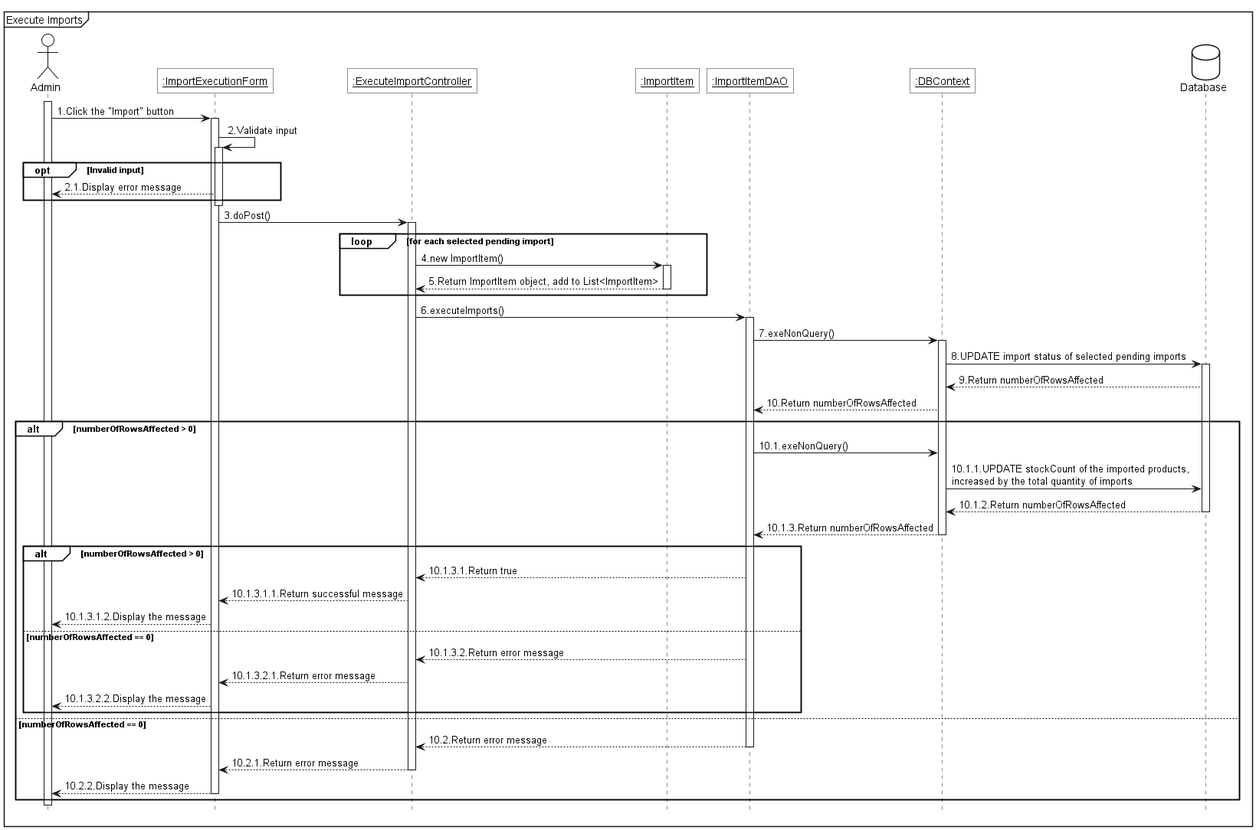
This is diagram/sequence/product/out/management/mane-import/mane_import_pro/mane_import_pro.png from tienminhthanh/ProjectSWP391, a PlantUML export, as it was before one commit.
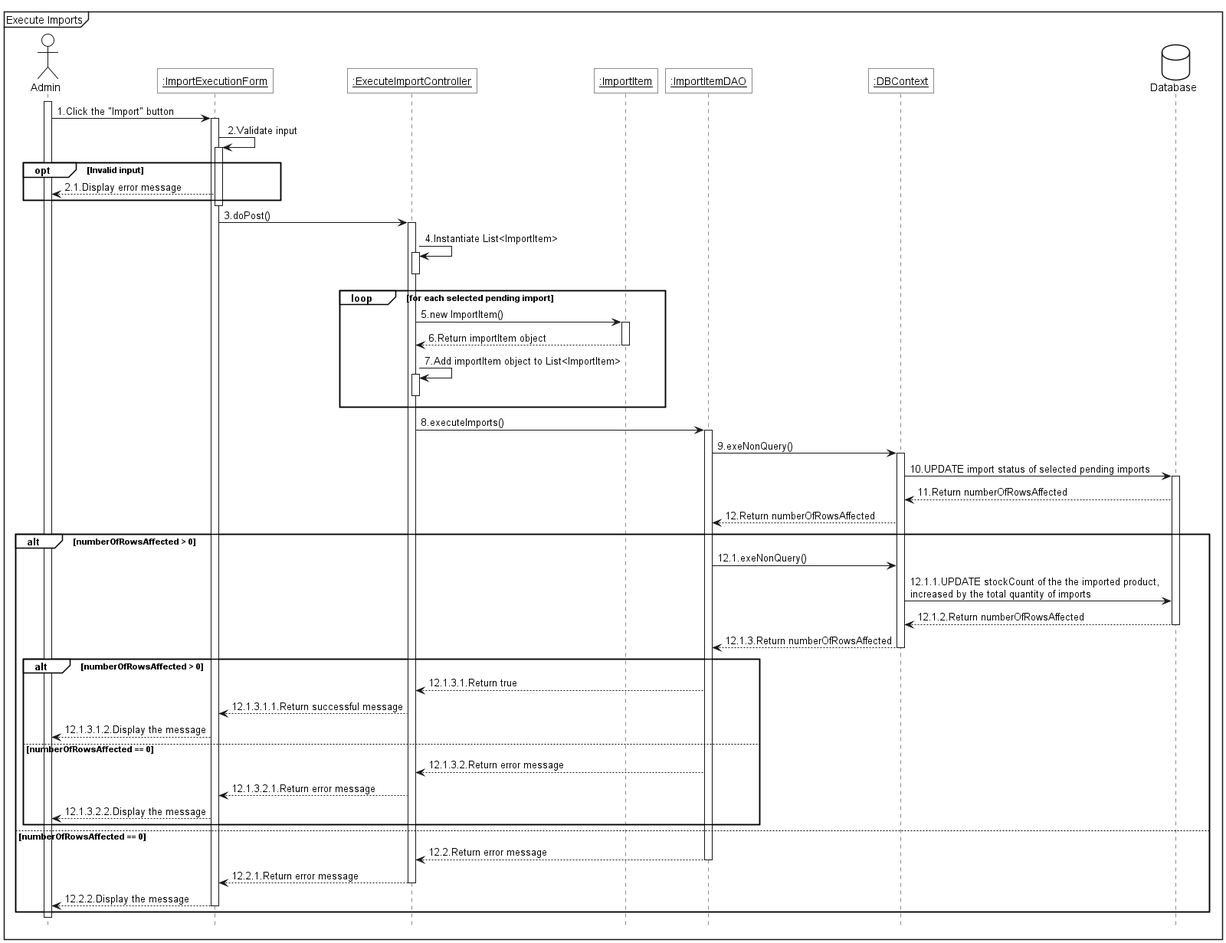
After the change.

Diff of the diagram source:
```diff
@@ -46,33 +46,37 @@
 end
 view--
 view->ctrl++:3.doPost()
+ctrl->ctrl++:4.Instantiate List<ImportItem>
+ctrl--
 loop for each selected pending import
-    ctrl->pro++:4.new ImportItem()
-    pro-->ctrl--:5.Return ImportItem object, add to List<ImportItem>
+    ctrl->pro++:5.new ImportItem()
+    pro-->ctrl--:6.Return importItem object
+    ctrl->ctrl++:7.Add importItem object to List<ImportItem>
+    ctrl--
 end
-ctrl->dao++:6.executeImports()
-dao->ctx++:7.exeNonQuery()
-ctx -> db++:8.UPDATE import status of selected pending imports
-db -->ctx:9.Return numberOfRowsAffected
-ctx -->dao:10.Return numberOfRowsAffected
+ctrl->dao++:8.executeImports()
+dao->ctx++:9.exeNonQuery()
+ctx -> db++:10.UPDATE import status of selected pending imports
+db -->ctx:11.Return numberOfRowsAffected
+ctx -->dao:12.Return numberOfRowsAffected
 alt numberOfRowsAffected > 0
-    dao->ctx:10.1.exeNonQuery()
-    ctx->db:10.1.1.UPDATE stockCount of the imported products,\nincreased by the total quantity of imports
-    db-->ctx--:10.1.2.Return numberOfRowsAffected
-    ctx -->dao--:10.1.3.Return numberOfRowsAffected
+    dao->ctx:12.1.exeNonQuery()
+    ctx->db:12.1.1.UPDATE stockCount of the the imported product,\nincreased by the total quantity of imports
+    db-->ctx--:12.1.2.Return numberOfRowsAffected
+    ctx -->dao--:12.1.3.Return numberOfRowsAffected
     alt numberOfRowsAffected > 0
-        dao-->ctrl:10.1.3.1.Return true
-        ctrl-->view:10.1.3.1.1.Return successful message
-        view-->act:10.1.3.1.2.Display the message
+        dao-->ctrl:12.1.3.1.Return true
+        ctrl-->view:12.1.3.1.1.Return successful message
+        view-->act:12.1.3.1.2.Display the message
     else numberOfRowsAffected == 0
-        dao-->ctrl:10.1.3.2.Return error message
-        ctrl-->view:10.1.3.2.1.Return error message
-        view-->act:10.1.3.2.2.Display the message
+        dao-->ctrl:12.1.3.2.Return error message
+        ctrl-->view:12.1.3.2.1.Return error message
+        view-->act:12.1.3.2.2.Display the message
     end
 else numberOfRowsAffected == 0
-    dao-->ctrl--:10.2.Return error message
-    ctrl-->view--:10.2.1.Return error message
-    view-->act--:10.2.2.Display the message
+    dao-->ctrl--:12.2.Return error message
+    ctrl-->view--:12.2.1.Return error message
+    view-->act--:12.2.2.Display the message
 end
 act--
 @enduml
```
